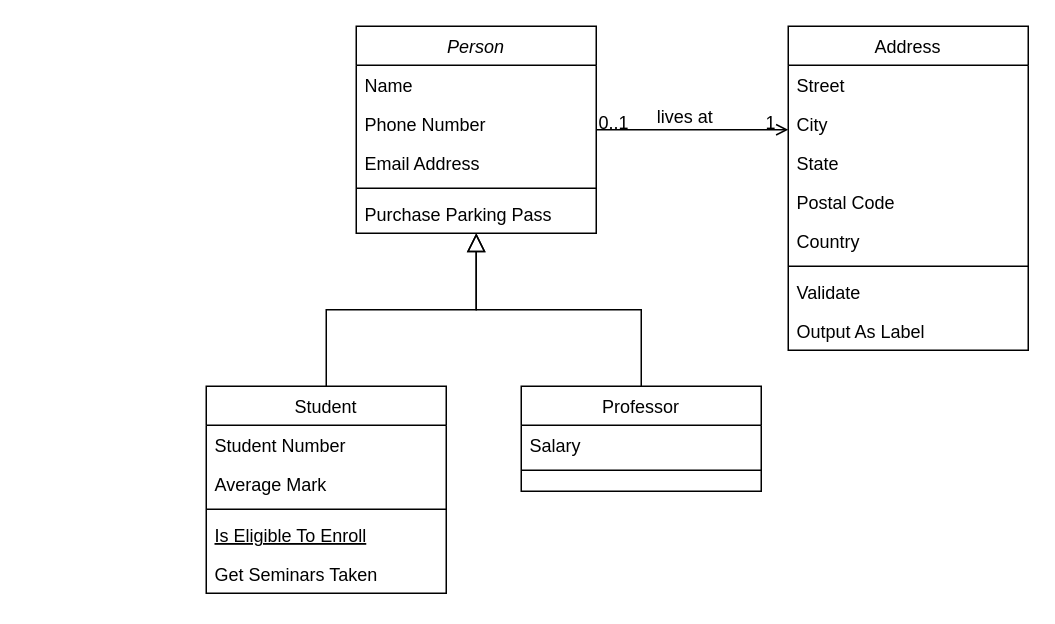
cao002eduzealand/waf keeps this draw.io diagram as Unavngivet diagram.drawio. Above is the earlier version. Source tidied: cells renumbered, new cells numbered last; positions are measured from the earlier drawing's top-left corner, leaving out a move shared by most shapes. Both pictures are drawn from the tidied source at 150%, with x=0, y=0 at pixel (206, 26).
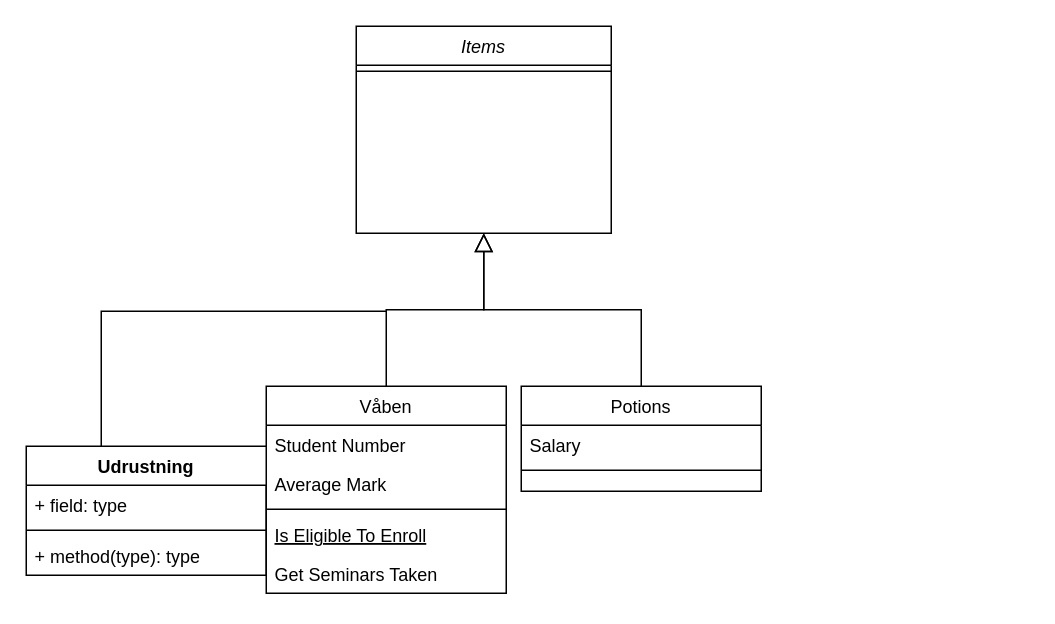
The same diagram, later.

Change to the diagram source:
```diff
@@
-    <mxCell id="2" value="Person" style="swimlane;fontStyle=2;align=center;verticalAlign=top;horizontal=1;startSize=26;rounded=0;shadow=0;strokeWidth=1;" parent="1" vertex="1">
-      <mxGeometry x="100" width="160" height="138" as="geometry" />
+    <mxCell id="2" value="Items" style="swimlane;fontStyle=2;align=center;verticalAlign=top;horizontal=1;startSize=26;rounded=0;shadow=0;strokeWidth=1;" parent="1" vertex="1">
+      <mxGeometry x="100" width="170" height="138" as="geometry" />
     </mxCell>
-    <mxCell id="3" value="Name" style="text;align=left;verticalAlign=top;spacingLeft=4;spacingRight=4;overflow=hidden;" parent="2" vertex="1">
-      <mxGeometry y="26" width="160" height="26" as="geometry" />
-    </mxCell>
-    <mxCell id="4" value="Phone Number" style="text;align=left;verticalAlign=top;spacingLeft=4;spacingRight=4;overflow=hidden;rounded=0;shadow=0;html=0;" parent="2" vertex="1">
-      <mxGeometry y="52" width="160" height="26" as="geometry" />
-    </mxCell>
-    <mxCell id="5" value="Email Address" style="text;align=left;verticalAlign=top;spacingLeft=4;spacingRight=4;overflow=hidden;rounded=0;shadow=0;html=0;" parent="2" vertex="1">
-      <mxGeometry y="78" width="160" height="26" as="geometry" />
-    </mxCell>
     <mxCell id="6" style="line;html=1;strokeWidth=1;align=left;verticalAlign=middle;spacingTop=-1;spacingLeft=3;spacingRight=3;labelPosition=right;" parent="2" vertex="1">
-      <mxGeometry y="104" width="160" height="8" as="geometry" />
+      <mxGeometry y="26" width="170" height="8" as="geometry" />
     </mxCell>
-    <mxCell id="7" value="Purchase Parking Pass" style="text;align=left;verticalAlign=top;spacingLeft=4;spacingRight=4;overflow=hidden;" parent="2" vertex="1">
-      <mxGeometry y="112" width="160" height="26" as="geometry" />
-    </mxCell>
-    <mxCell id="8" value="Student" style="swimlane;fontStyle=0;align=center;verticalAlign=top;horizontal=1;startSize=26;rounded=0;shadow=0;strokeWidth=1;" parent="1" vertex="1">
-      <mxGeometry y="240" width="160" height="138" as="geometry" />
+    <mxCell id="8" value="Våben" style="swimlane;fontStyle=0;align=center;verticalAlign=top;horizontal=1;startSize=26;rounded=0;shadow=0;strokeWidth=1;" parent="1" vertex="1">
+      <mxGeometry x="40" y="240" width="160" height="138" as="geometry" />
     </mxCell>
@@
-    <mxCell id="15" value="Professor" style="swimlane;fontStyle=0;align=center;verticalAlign=top;horizontal=1;startSize=26;rounded=0;shadow=0;strokeWidth=1;" parent="1" vertex="1">
+    <mxCell id="15" value="Potions" style="swimlane;fontStyle=0;align=center;verticalAlign=top;horizontal=1;startSize=26;rounded=0;shadow=0;strokeWidth=1;" parent="1" vertex="1">
       <mxGeometry x="210" y="240" width="160" height="70" as="geometry" />
     </mxCell>
@@
-    <mxCell id="19" value="Address" style="swimlane;fontStyle=0;align=center;verticalAlign=top;horizontal=1;startSize=26;rounded=0;shadow=0;strokeWidth=1;" parent="1" vertex="1">
-      <mxGeometry x="388" width="160" height="216" as="geometry" />
-    </mxCell>
-    <mxCell id="20" value="Street" style="text;align=left;verticalAlign=top;spacingLeft=4;spacingRight=4;overflow=hidden;" parent="19" vertex="1">
-      <mxGeometry y="26" width="160" height="26" as="geometry" />
-    </mxCell>
-    <mxCell id="21" value="City" style="text;align=left;verticalAlign=top;spacingLeft=4;spacingRight=4;overflow=hidden;rounded=0;shadow=0;html=0;" parent="19" vertex="1">
-      <mxGeometry y="52" width="160" height="26" as="geometry" />
-    </mxCell>
-    <mxCell id="22" value="State" style="text;align=left;verticalAlign=top;spacingLeft=4;spacingRight=4;overflow=hidden;rounded=0;shadow=0;html=0;" parent="19" vertex="1">
-      <mxGeometry y="78" width="160" height="26" as="geometry" />
-    </mxCell>
-    <mxCell id="23" value="Postal Code" style="text;align=left;verticalAlign=top;spacingLeft=4;spacingRight=4;overflow=hidden;rounded=0;shadow=0;html=0;" parent="19" vertex="1">
-      <mxGeometry y="104" width="160" height="26" as="geometry" />
-    </mxCell>
-    <mxCell id="24" value="Country" style="text;align=left;verticalAlign=top;spacingLeft=4;spacingRight=4;overflow=hidden;rounded=0;shadow=0;html=0;" parent="19" vertex="1">
-      <mxGeometry y="130" width="160" height="26" as="geometry" />
-    </mxCell>
-    <mxCell id="25" style="line;html=1;strokeWidth=1;align=left;verticalAlign=middle;spacingTop=-1;spacingLeft=3;spacingRight=3;labelPosition=right;" parent="19" vertex="1">
-      <mxGeometry y="156" width="160" height="8" as="geometry" />
-    </mxCell>
-    <mxCell id="26" value="Validate" style="text;align=left;verticalAlign=top;spacingLeft=4;spacingRight=4;overflow=hidden;" parent="19" vertex="1">
-      <mxGeometry y="164" width="160" height="26" as="geometry" />
-    </mxCell>
-    <mxCell id="27" value="Output As Label" style="text;align=left;verticalAlign=top;spacingLeft=4;spacingRight=4;overflow=hidden;" parent="19" vertex="1">
-      <mxGeometry y="190" width="160" height="26" as="geometry" />
-    </mxCell>
-    <mxCell id="28" style="endArrow=open;shadow=0;strokeWidth=1;rounded=0;curved=0;endFill=1;edgeStyle=elbowEdgeStyle;elbow=vertical;" parent="1" edge="1" source="2" target="19">
-      <mxGeometry x="0.5" y="41" relative="1" as="geometry">
-        <mxPoint x="-40" y="32" as="offset" />
-      </mxGeometry>
-    </mxCell>
-    <mxCell id="29" value="0..1" style="align=left;verticalAlign=bottom;labelBackgroundColor=none;fontSize=12;" parent="28" vertex="1">
-      <mxGeometry x="-1" relative="1" as="geometry">
-        <mxPoint y="4" as="offset" />
-      </mxGeometry>
-    </mxCell>
-    <mxCell id="30" value="1" style="align=right;verticalAlign=bottom;labelBackgroundColor=none;fontSize=12;" parent="28" vertex="1">
-      <mxGeometry x="1" relative="1" as="geometry">
-        <mxPoint x="-7" y="4" as="offset" />
-      </mxGeometry>
-    </mxCell>
-    <mxCell id="31" value="lives at" style="text;html=1;align=center;verticalAlign=middle;labelBackgroundColor=none;rounded=0;shadow=0;strokeWidth=1;fontSize=12;" parent="28" vertex="1">
-      <mxGeometry x="0.5" y="49" relative="1" as="geometry">
-        <mxPoint x="-38" y="40" as="offset" />
-      </mxGeometry>
-    </mxCell>
+    <mxCell id="32" style="endArrow=none;html=1;rounded=0;exitX=1;exitY=0.5;exitDx=0;exitDy=0;" parent="1" edge="1">
+      <mxGeometry relative="1" as="geometry">
+        <mxPoint x="-70" y="280" as="sourcePoint" />
+        <mxPoint x="120" y="190" as="targetPoint" />
+        <Array as="points">
+          <mxPoint x="-70" y="190" />
+        </Array>
+      </mxGeometry>
+    </mxCell>
+    <mxCell id="33" value="Udrustning" style="swimlane;fontStyle=1;align=center;verticalAlign=top;horizontal=1;startSize=26;whiteSpace=wrap;html=1;" parent="1" vertex="1">
+      <mxGeometry x="-120" y="280" width="160" height="86" as="geometry" />
+    </mxCell>
+    <mxCell id="34" value="+ field: type" style="text;strokeColor=none;fillColor=none;align=left;verticalAlign=top;spacingLeft=4;spacingRight=4;overflow=hidden;whiteSpace=wrap;html=1;" parent="33" vertex="1">
+      <mxGeometry y="26" width="160" height="26" as="geometry" />
+    </mxCell>
+    <mxCell id="35" style="line;strokeWidth=1;fillColor=none;align=left;verticalAlign=middle;spacingTop=-1;spacingLeft=3;spacingRight=3;labelPosition=right;strokeColor=inherit;" parent="33" vertex="1">
+      <mxGeometry y="52" width="160" height="8" as="geometry" />
+    </mxCell>
+    <mxCell id="36" value="+ method(type): type" style="text;strokeColor=none;fillColor=none;align=left;verticalAlign=top;spacingLeft=4;spacingRight=4;overflow=hidden;whiteSpace=wrap;html=1;" parent="33" vertex="1">
+      <mxGeometry y="60" width="160" height="26" as="geometry" />
+    </mxCell>
```
